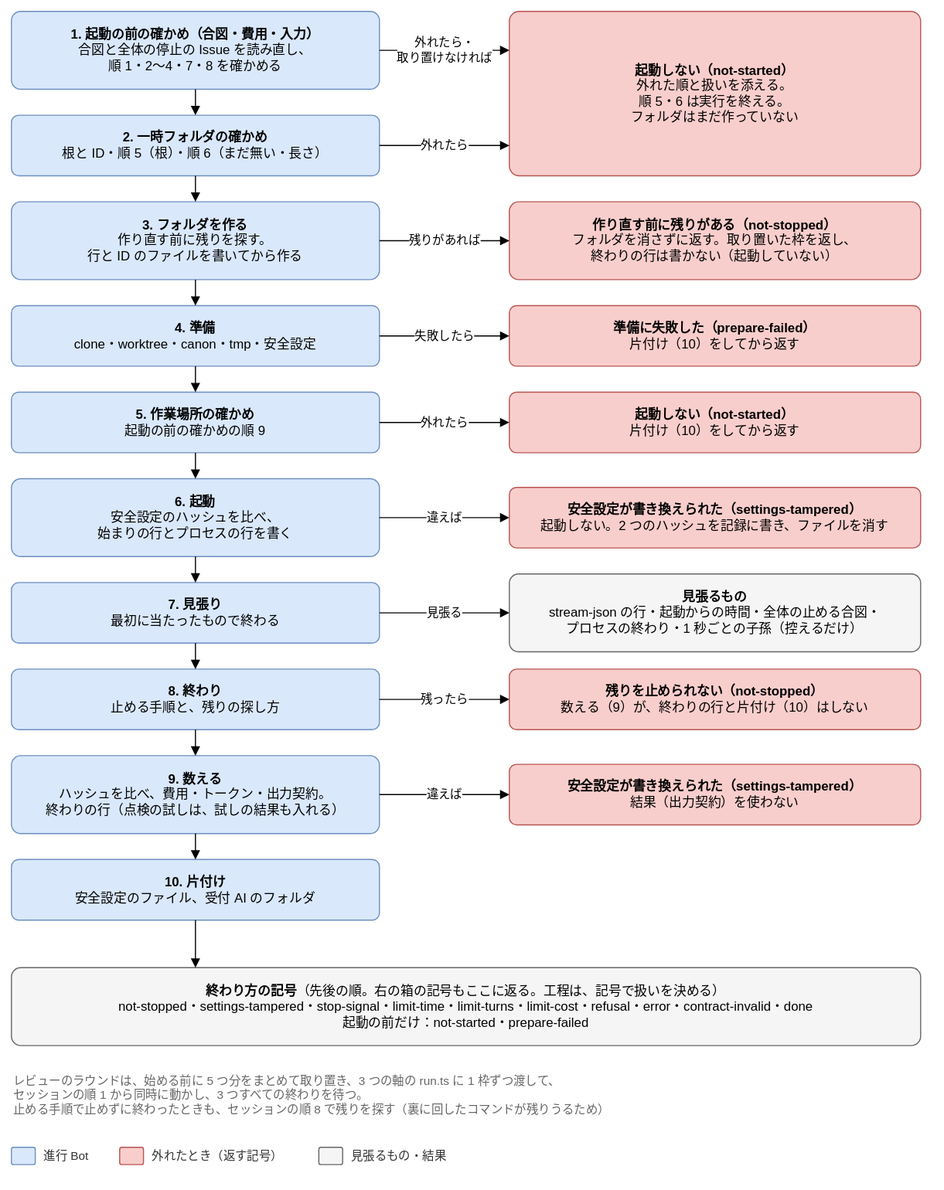
Above: docs/design/detailed/diagrams/07-lifecycle.drawio.svg in Joymerrevent/dev-autopilot (draw.io), before the change. Source tidied: cells renumbered, new cells last; positions are measured from the earlier drawing's top-left corner, leaving out a move shared by most shapes.
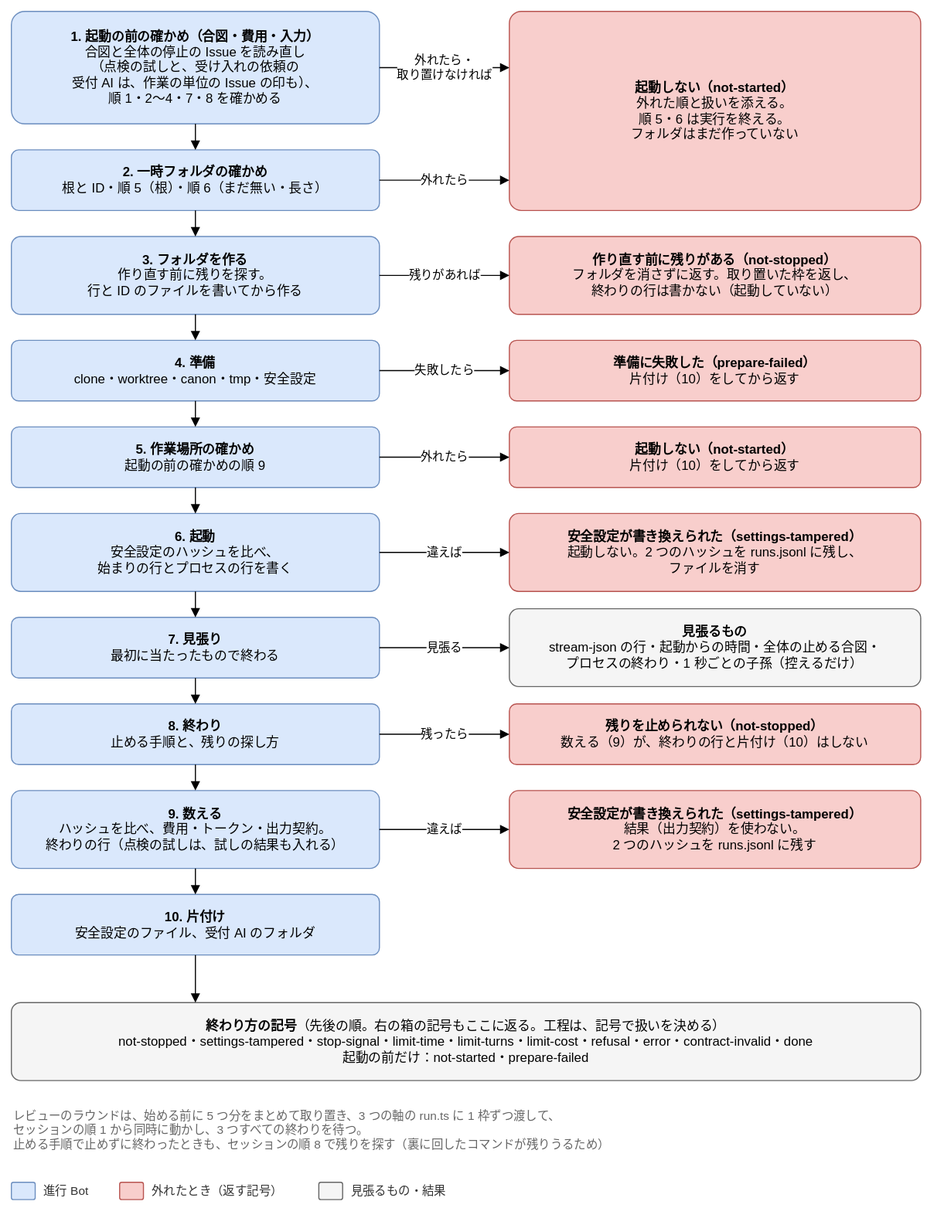
Later version of the same file.

Commit message:
docs(design): 詳細設計の図 07-lifecycle を、2 回目の再レビューの直しに合わせる

- s1：点検の試しと受け入れの依頼の受付 AI は、作業の単位の Issue の印も読む（M-5）
- tamp6・tamp9：settings-tampered の 2 つのハッシュを runs.jsonl に残す（M-6）

Claude-Session: https://claude.ai/code/session_01LvmXQN14Y95msvojZ6hWNP

Diff of the diagram source:
```diff
@@ -2,8 +2,8 @@
   <root>
     <mxCell id="0" />
     <mxCell id="1" parent="0" />
-    <mxCell id="2" value="&lt;b&gt;1. 起動の前の確かめ（合図・費用・入力）&lt;/b&gt;&lt;br&gt;合図と全体の停止の Issue を読み直し、&lt;br&gt;順 1・2〜4・7・8 を確かめる" style="rounded=1;whiteSpace=wrap;html=1;fontSize=12;arcSize=12;spacing=12;fillColor=#dae8fc;strokeColor=#6c8ebf;" parent="1" vertex="1">
-      <mxGeometry width="340" height="72" as="geometry" />
+    <mxCell id="2" value="&lt;b&gt;1. 起動の前の確かめ（合図・費用・入力）&lt;/b&gt;&lt;br&gt;合図と全体の停止の Issue を読み直し&lt;br&gt;（点検の試しと、受け入れの依頼の&lt;br&gt;受付 AI は、作業の単位の Issue の印も）、&lt;br&gt;順 1・2〜4・7・8 を確かめる" style="rounded=1;whiteSpace=wrap;html=1;fontSize=12;arcSize=12;spacing=12;fillColor=#dae8fc;strokeColor=#6c8ebf;" parent="1" vertex="1">
+      <mxGeometry y="-32" width="340" height="104" as="geometry" />
     </mxCell>
     <mxCell id="3" value="&lt;b&gt;2. 一時フォルダの確かめ&lt;/b&gt;&lt;br&gt;根と ID・順 5（根）・順 6（まだ無い・長さ）" style="rounded=1;whiteSpace=wrap;html=1;fontSize=12;arcSize=12;spacing=12;fillColor=#dae8fc;strokeColor=#6c8ebf;" parent="1" vertex="1">
       <mxGeometry y="96" width="340" height="56" as="geometry" />
@@ -60,12 +60,12 @@
       <mxGeometry relative="1" as="geometry" />
     </mxCell>
     <mxCell id="21" value="&lt;b&gt;起動しない（not-started）&lt;/b&gt;&lt;br&gt;外れた順と扱いを添える。&lt;br&gt;順 5・6 は実行を終える。&lt;br&gt;フォルダはまだ作っていない" style="rounded=1;whiteSpace=wrap;html=1;fontSize=12;arcSize=12;spacing=12;fillColor=#f8cecc;strokeColor=#b85450;arcSize=6;" parent="1" vertex="1">
-      <mxGeometry x="460" width="380" height="152" as="geometry" />
+      <mxGeometry x="460" y="-32" width="380" height="184" as="geometry" />
     </mxCell>
-    <mxCell id="22" value="外れたら・&lt;br&gt;取り置けなければ" style="edgeStyle=orthogonalEdgeStyle;rounded=1;html=1;endArrow=block;endFill=1;fontSize=11;labelBackgroundColor=#ffffff;exitX=1;exitY=0.5;exitDx=0;exitDy=0;entryX=0;entryY=0.23684210526315788;entryDx=0;entryDy=0;" parent="1" edge="1" source="2" target="21">
+    <mxCell id="22" value="外れたら・&lt;br&gt;取り置けなければ" style="edgeStyle=orthogonalEdgeStyle;rounded=1;html=1;endArrow=block;endFill=1;fontSize=11;labelBackgroundColor=#ffffff;exitX=1;exitY=0.5;exitDx=0;exitDy=0;entryX=0;entryY=0.2826086956521739;entryDx=0;entryDy=0;" parent="1" edge="1" source="2" target="21">
       <mxGeometry relative="1" as="geometry" />
     </mxCell>
-    <mxCell id="23" value="外れたら" style="edgeStyle=orthogonalEdgeStyle;rounded=1;html=1;endArrow=block;endFill=1;fontSize=11;labelBackgroundColor=#ffffff;exitX=1;exitY=0.5;exitDx=0;exitDy=0;entryX=0;entryY=0.8157894736842105;entryDx=0;entryDy=0;" parent="1" edge="1" source="3" target="21">
+    <mxCell id="23" value="外れたら" style="edgeStyle=orthogonalEdgeStyle;rounded=1;html=1;endArrow=block;endFill=1;fontSize=11;labelBackgroundColor=#ffffff;exitX=1;exitY=0.5;exitDx=0;exitDy=0;entryX=0;entryY=0.8478260869565217;entryDx=0;entryDy=0;" parent="1" edge="1" source="3" target="21">
       <mxGeometry relative="1" as="geometry" />
     </mxCell>
     <mxCell id="24" value="&lt;b&gt;作り直す前に残りがある（not-stopped）&lt;/b&gt;&lt;br&gt;フォルダを消さずに返す。取り置いた枠を返し、&lt;br&gt;終わりの行は書かない（起動していない）" style="rounded=1;whiteSpace=wrap;html=1;fontSize=12;arcSize=12;spacing=12;fillColor=#f8cecc;strokeColor=#b85450;" parent="1" vertex="1">
@@ -86,8 +86,8 @@
     <mxCell id="29" value="外れたら" style="edgeStyle=orthogonalEdgeStyle;rounded=1;html=1;endArrow=block;endFill=1;fontSize=11;labelBackgroundColor=#ffffff;exitX=1;exitY=0.5;exitDx=0;exitDy=0;entryX=0;entryY=0.5;entryDx=0;entryDy=0;" parent="1" edge="1" source="9" target="28">
       <mxGeometry relative="1" as="geometry" />
     </mxCell>
-    <mxCell id="30" value="&lt;b&gt;安全設定が書き換えられた（settings-tampered）&lt;/b&gt;&lt;br&gt;起動しない。2 つのハッシュを記録に書き、ファイルを消す" style="rounded=1;whiteSpace=wrap;html=1;fontSize=12;arcSize=12;spacing=12;fillColor=#f8cecc;strokeColor=#b85450;" parent="1" vertex="1">
-      <mxGeometry x="460" y="440" width="380" height="56" as="geometry" />
+    <mxCell id="30" value="&lt;b&gt;安全設定が書き換えられた（settings-tampered）&lt;/b&gt;&lt;br&gt;起動しない。2 つのハッシュを runs.jsonl に残し、&lt;br&gt;ファイルを消す" style="rounded=1;whiteSpace=wrap;html=1;fontSize=12;arcSize=12;spacing=12;fillColor=#f8cecc;strokeColor=#b85450;" parent="1" vertex="1">
+      <mxGeometry x="460" y="432" width="380" height="72" as="geometry" />
     </mxCell>
     <mxCell id="31" value="違えば" style="edgeStyle=orthogonalEdgeStyle;rounded=1;html=1;endArrow=block;endFill=1;fontSize=11;labelBackgroundColor=#ffffff;exitX=1;exitY=0.5;exitDx=0;exitDy=0;entryX=0;entryY=0.5;entryDx=0;entryDy=0;" parent="1" edge="1" source="11" target="30">
       <mxGeometry relative="1" as="geometry" />
@@ -104,8 +104,8 @@
     <mxCell id="35" value="残ったら" style="edgeStyle=orthogonalEdgeStyle;rounded=1;html=1;endArrow=block;endFill=1;fontSize=11;labelBackgroundColor=#ffffff;exitX=1;exitY=0.5;exitDx=0;exitDy=0;entryX=0;entryY=0.5;entryDx=0;entryDy=0;" parent="1" edge="1" source="15" target="34">
       <mxGeometry relative="1" as="geometry" />
     </mxCell>
-    <mxCell id="36" value="&lt;b&gt;安全設定が書き換えられた（settings-tampered）&lt;/b&gt;&lt;br&gt;結果（出力契約）を使わない" style="rounded=1;whiteSpace=wrap;html=1;fontSize=12;arcSize=12;spacing=12;fillColor=#f8cecc;strokeColor=#b85450;" parent="1" vertex="1">
-      <mxGeometry x="460" y="696" width="380" height="56" as="geometry" />
+    <mxCell id="36" value="&lt;b&gt;安全設定が書き換えられた（settings-tampered）&lt;/b&gt;&lt;br&gt;結果（出力契約）を使わない。&lt;br&gt;2 つのハッシュを runs.jsonl に残す" style="rounded=1;whiteSpace=wrap;html=1;fontSize=12;arcSize=12;spacing=12;fillColor=#f8cecc;strokeColor=#b85450;" parent="1" vertex="1">
+      <mxGeometry x="460" y="688" width="380" height="72" as="geometry" />
     </mxCell>
     <mxCell id="37" value="違えば" style="edgeStyle=orthogonalEdgeStyle;rounded=1;html=1;endArrow=block;endFill=1;fontSize=11;labelBackgroundColor=#ffffff;exitX=1;exitY=0.5;exitDx=0;exitDy=0;entryX=0;entryY=0.5;entryDx=0;entryDy=0;" parent="1" edge="1" source="17" target="36">
       <mxGeometry relative="1" as="geometry" />
```
